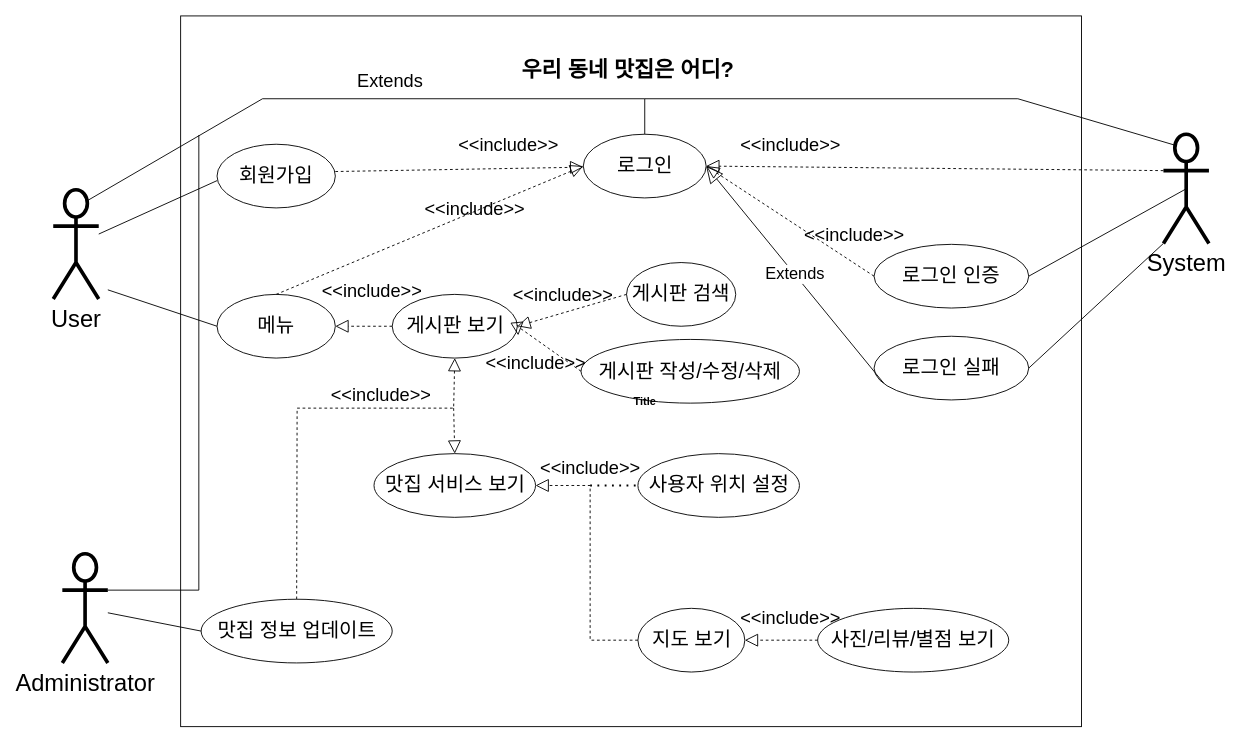
Earlier version of the draw.io diagram Report2/Use case analysis.drawio (yujin1875/SW_project1). Source tidied: cells renumbered, new cells numbered last; positions are measured from the earlier drawing's top-left corner, leaving out a move shared by most shapes. Both pictures are drawn from the tidied source at 91%, with x=0, y=0 at pixel (53, 15).
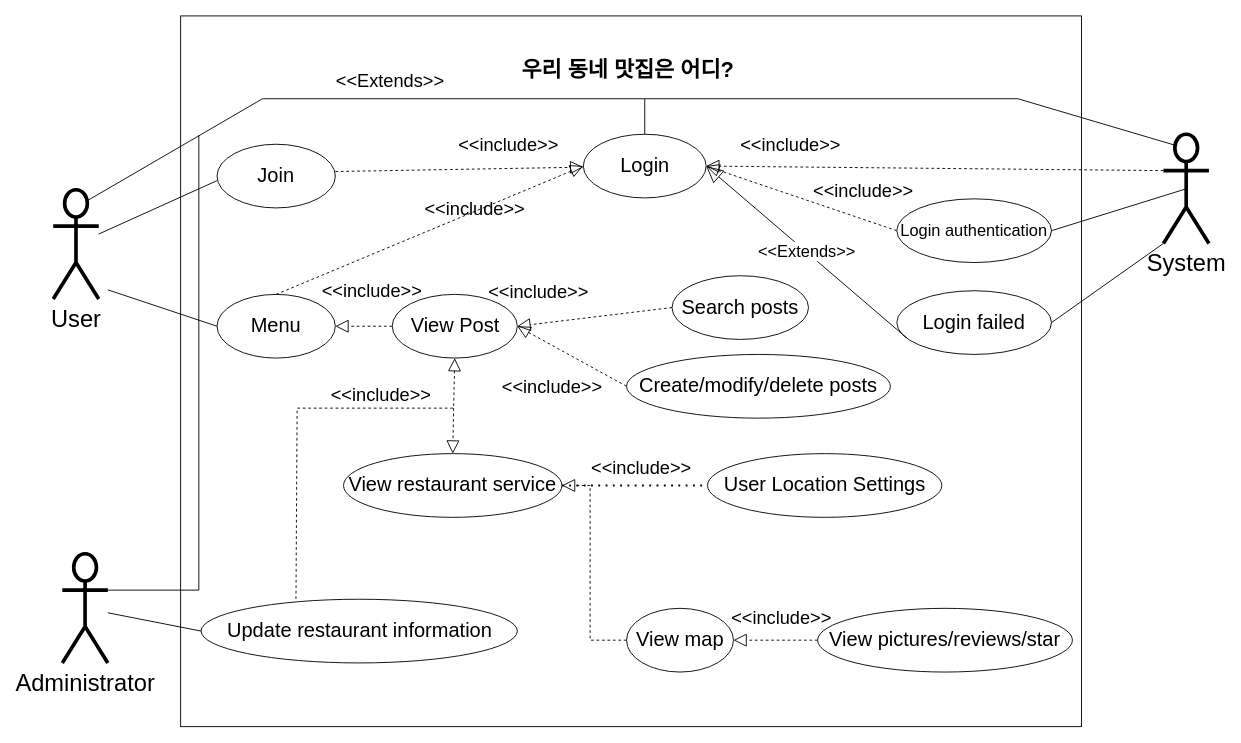
The same page after the edit.

What changed in the source:
```diff
@@
-    <mxCell id="7" value="&lt;font style=&quot;font-size: 22px;&quot;&gt;회원가입&lt;/font&gt;" style="ellipse;whiteSpace=wrap;html=1;" parent="1" vertex="1">
+    <mxCell id="7" value="&lt;font style=&quot;font-size: 22px;&quot;&gt;Join&lt;/font&gt;" style="ellipse;whiteSpace=wrap;html=1;" parent="1" vertex="1">
       <mxGeometry x="180" y="141" width="130" height="70" as="geometry" />
     </mxCell>
-    <mxCell id="8" value="&lt;font style=&quot;font-size: 22px;&quot;&gt;메뉴&lt;/font&gt;" style="ellipse;whiteSpace=wrap;html=1;" parent="1" vertex="1">
+    <mxCell id="8" value="&lt;font style=&quot;font-size: 22px;&quot;&gt;Menu&lt;/font&gt;" style="ellipse;whiteSpace=wrap;html=1;" parent="1" vertex="1">
       <mxGeometry x="180" y="306" width="130" height="70" as="geometry" />
     </mxCell>
-    <mxCell id="9" value="&lt;font style=&quot;font-size: 22px;&quot;&gt;맛집 정보 업데이트&lt;/font&gt;" style="ellipse;whiteSpace=wrap;html=1;" parent="1" vertex="1">
-      <mxGeometry x="162.5" y="641" width="210" height="70" as="geometry" />
+    <mxCell id="9" value="&lt;font style=&quot;font-size: 22px;&quot;&gt;Update restaurant information&lt;/font&gt;" style="ellipse;whiteSpace=wrap;html=1;" parent="1" vertex="1">
+      <mxGeometry x="162.5" y="641" width="347.5" height="70" as="geometry" />
     </mxCell>
-    <mxCell id="10" value="&lt;font style=&quot;font-size: 22px;&quot;&gt;로그인&lt;/font&gt;" style="ellipse;whiteSpace=wrap;html=1;" parent="1" vertex="1">
+    <mxCell id="10" value="&lt;font style=&quot;font-size: 22px;&quot;&gt;Login&lt;/font&gt;" style="ellipse;whiteSpace=wrap;html=1;" parent="1" vertex="1">
       <mxGeometry x="582.5" y="130" width="135" height="70" as="geometry" />
     </mxCell>
-    <mxCell id="11" value="&lt;font style=&quot;font-size: 22px;&quot;&gt;로그인 인증&lt;/font&gt;" style="ellipse;whiteSpace=wrap;html=1;" parent="1" vertex="1">
-      <mxGeometry x="902" y="251" width="170" height="70" as="geometry" />
+    <mxCell id="11" value="&lt;font style=&quot;font-size: 18px;&quot;&gt;Login authentication&lt;/font&gt;" style="ellipse;whiteSpace=wrap;html=1;" parent="1" vertex="1">
+      <mxGeometry x="927" y="201" width="170" height="70" as="geometry" />
     </mxCell>
-    <mxCell id="12" value="&lt;font style=&quot;font-size: 22px;&quot;&gt;로그인 실패&lt;/font&gt;" style="ellipse;whiteSpace=wrap;html=1;" parent="1" vertex="1">
-      <mxGeometry x="902" y="352" width="170" height="70" as="geometry" />
+    <mxCell id="12" value="&lt;font style=&quot;font-size: 22px;&quot;&gt;Login failed&lt;/font&gt;" style="ellipse;whiteSpace=wrap;html=1;" parent="1" vertex="1">
+      <mxGeometry x="927" y="302" width="170" height="70" as="geometry" />
     </mxCell>
-    <mxCell id="13" value="&lt;font style=&quot;font-size: 22px;&quot;&gt;게시판 보기&lt;/font&gt;" style="ellipse;whiteSpace=wrap;html=1;" parent="1" vertex="1">
+    <mxCell id="13" value="&lt;font style=&quot;font-size: 22px;&quot;&gt;View Post&lt;/font&gt;" style="ellipse;whiteSpace=wrap;html=1;" parent="1" vertex="1">
       <mxGeometry x="372.5" y="306" width="137.5" height="70" as="geometry" />
     </mxCell>
-    <mxCell id="14" value="&lt;font style=&quot;font-size: 22px;&quot;&gt;맛집 서비스 보기&lt;/font&gt;" style="ellipse;whiteSpace=wrap;html=1;" parent="1" vertex="1">
-      <mxGeometry x="352.5" y="481" width="177.5" height="70" as="geometry" />
+    <mxCell id="14" value="&lt;font style=&quot;font-size: 22px;&quot;&gt;View restaurant service&lt;/font&gt;" style="ellipse;whiteSpace=wrap;html=1;" parent="1" vertex="1">
+      <mxGeometry x="319" y="481" width="240" height="70" as="geometry" />
     </mxCell>
-    <mxCell id="15" value="&lt;font style=&quot;font-size: 22px;&quot;&gt;게시판 검색&lt;/font&gt;" style="ellipse;whiteSpace=wrap;html=1;" parent="1" vertex="1">
-      <mxGeometry x="630" y="271" width="120" height="70" as="geometry" />
+    <mxCell id="15" value="&lt;font style=&quot;font-size: 22px;&quot;&gt;Search posts&lt;/font&gt;" style="ellipse;whiteSpace=wrap;html=1;" parent="1" vertex="1">
+      <mxGeometry x="680" y="285.5" width="150" height="70" as="geometry" />
     </mxCell>
-    <mxCell id="16" value="&lt;font style=&quot;font-size: 22px;&quot;&gt;게시판 작성/수정/삭제&lt;/font&gt;" style="ellipse;whiteSpace=wrap;html=1;" parent="1" vertex="1">
-      <mxGeometry x="580" y="355.5" width="240" height="70" as="geometry" />
+    <mxCell id="16" value="&lt;font style=&quot;font-size: 22px;&quot;&gt;Create/modify/delete posts&lt;/font&gt;" style="ellipse;whiteSpace=wrap;html=1;" parent="1" vertex="1">
+      <mxGeometry x="630" y="372" width="290" height="70" as="geometry" />
     </mxCell>
-    <mxCell id="17" value="&lt;font style=&quot;font-size: 22px;&quot;&gt;사용자 위치 설정&lt;/font&gt;" style="ellipse;whiteSpace=wrap;html=1;" parent="1" vertex="1">
-      <mxGeometry x="642.5" y="481" width="177.5" height="70" as="geometry" />
+    <mxCell id="17" value="&lt;font style=&quot;font-size: 22px;&quot;&gt;User Location Settings&lt;/font&gt;" style="ellipse;whiteSpace=wrap;html=1;" parent="1" vertex="1">
+      <mxGeometry x="719" y="481" width="257.5" height="70" as="geometry" />
     </mxCell>
-    <mxCell id="18" value="&lt;font style=&quot;font-size: 22px;&quot;&gt;지도 보기&lt;/font&gt;" style="ellipse;whiteSpace=wrap;html=1;" parent="1" vertex="1">
-      <mxGeometry x="642.5" y="651" width="117.5" height="70" as="geometry" />
+    <mxCell id="18" value="&lt;font style=&quot;font-size: 22px;&quot;&gt;View map&lt;/font&gt;" style="ellipse;whiteSpace=wrap;html=1;" parent="1" vertex="1">
+      <mxGeometry x="630" y="651" width="117.5" height="70" as="geometry" />
     </mxCell>
-    <mxCell id="19" value="&lt;font style=&quot;font-size: 22px;&quot;&gt;사진/리뷰/별점 보기&lt;/font&gt;" style="ellipse;whiteSpace=wrap;html=1;" parent="1" vertex="1">
-      <mxGeometry x="840" y="651" width="210" height="70" as="geometry" />
+    <mxCell id="19" value="&lt;font style=&quot;font-size: 22px;&quot;&gt;View pictures/reviews/star&lt;/font&gt;" style="ellipse;whiteSpace=wrap;html=1;" parent="1" vertex="1">
+      <mxGeometry x="840" y="651" width="280" height="70" as="geometry" />
     </mxCell>
@@
-    <mxCell id="25" style="endArrow=block;dashed=1;endFill=0;endSize=12;html=1;rounded=0;entryX=1;entryY=0.5;entryDx=0;entryDy=0;exitX=0;exitY=0.5;exitDx=0;exitDy=0;" parent="1" edge="1" source="15" target="13">
-      <mxGeometry relative="1" as="geometry" />
+    <mxCell id="25" style="endArrow=block;dashed=1;endFill=0;endSize=12;html=1;rounded=0;exitX=0;exitY=0.5;exitDx=0;exitDy=0;" parent="1" edge="1" source="15">
+      <mxGeometry relative="1" as="geometry">
+        <mxPoint x="510" y="341" as="targetPoint" />
+      </mxGeometry>
     </mxCell>
-    <mxCell id="26" style="endArrow=block;dashed=1;endFill=0;endSize=12;html=1;rounded=0;exitX=0;exitY=0.5;exitDx=0;exitDy=0;entryX=1.007;entryY=0.643;entryDx=0;entryDy=0;entryPerimeter=0;" parent="1" edge="1" source="16" target="13">
-      <mxGeometry relative="1" as="geometry">
-        <Array as="points">
-          <mxPoint x="510" y="341" />
-        </Array>
-      </mxGeometry>
+    <mxCell id="26" style="endArrow=block;dashed=1;endFill=0;endSize=12;html=1;rounded=0;exitX=0;exitY=0.5;exitDx=0;exitDy=0;entryX=1;entryY=0.5;entryDx=0;entryDy=0;" parent="1" edge="1" source="16" target="13">
+      <mxGeometry relative="1" as="geometry" />
     </mxCell>
-    <mxCell id="27" style="endArrow=block;dashed=1;endFill=0;endSize=12;html=1;rounded=0;entryX=0.5;entryY=1;entryDx=0;entryDy=0;exitX=0.5;exitY=0;exitDx=0;exitDy=0;" parent="1" edge="1" source="9" target="13">
+    <mxCell id="27" style="endArrow=block;dashed=1;endFill=0;endSize=12;html=1;rounded=0;entryX=0.5;entryY=1;entryDx=0;entryDy=0;exitX=0.3;exitY=-0.004;exitDx=0;exitDy=0;exitPerimeter=0;" parent="1" edge="1" source="9" target="13">
       <mxGeometry relative="1" as="geometry">
         <Array as="points">
           <mxPoint x="268" y="431" />
           <mxPoint x="440" y="431" />
         </Array>
       </mxGeometry>
     </mxCell>
@@
-    <mxCell id="31" style="endArrow=none;dashed=1;html=1;dashPattern=1 3;strokeWidth=2;rounded=0;entryX=0;entryY=0.5;entryDx=0;entryDy=0;" parent="1" edge="1" target="17">
-      <mxGeometry relative="1" as="geometry">
-        <mxPoint x="590" y="516" as="sourcePoint" />
-      </mxGeometry>
+    <mxCell id="31" style="endArrow=none;dashed=1;html=1;dashPattern=1 3;strokeWidth=2;rounded=0;entryX=0;entryY=0.5;entryDx=0;entryDy=0;exitX=1;exitY=0.5;exitDx=0;exitDy=0;" parent="1" edge="1" source="14" target="17">
+      <mxGeometry relative="1" as="geometry" />
     </mxCell>
@@
-    <mxCell id="37" value="Extends" style="endArrow=block;endSize=16;endFill=0;html=1;rounded=0;entryX=1;entryY=0.5;entryDx=0;entryDy=0;exitX=0.063;exitY=0.738;exitDx=0;exitDy=0;exitPerimeter=0;fontSize=18;" parent="1" edge="1" source="12" target="10">
+    <mxCell id="37" value="&amp;lt;&amp;lt;Extends&amp;gt;&amp;gt;" style="endArrow=block;endSize=16;endFill=0;html=1;rounded=0;entryX=1;entryY=0.5;entryDx=0;entryDy=0;exitX=0.063;exitY=0.738;exitDx=0;exitDy=0;exitPerimeter=0;fontSize=18;" parent="1" edge="1" source="12" target="10">
       <mxGeometry relative="1" as="geometry" />
     </mxCell>
-    <mxCell id="38" value="Title" style="text;align=center;fontStyle=1;verticalAlign=middle;spacingLeft=3;spacingRight=3;strokeColor=none;html=1;" parent="1" vertex="1">
-      <mxGeometry x="610" y="411" width="80" height="26" as="geometry" />
-    </mxCell>
@@
     <mxCell id="44" value="&lt;font style=&quot;font-size: 20px;&quot;&gt;&lt;font style=&quot;font-size: 20px;&quot;&gt;&amp;lt;&amp;lt;incl&lt;/font&gt;ude&amp;gt;&amp;gt;&lt;/font&gt;" style="text;align=center;fontStyle=0;verticalAlign=middle;spacingLeft=3;spacingRight=3;strokeColor=none;html=1;fontSize=20;" parent="1" vertex="1">
-      <mxGeometry x="770" y="200" width="220" height="80" as="geometry" />
+      <mxGeometry x="780" y="166" width="220" height="51" as="geometry" />
     </mxCell>
     <mxCell id="45" value="&lt;font style=&quot;font-size: 20px;&quot;&gt;&lt;font style=&quot;font-size: 20px;&quot;&gt;&amp;lt;&amp;lt;incl&lt;/font&gt;ude&amp;gt;&amp;gt;&lt;/font&gt;" style="text;align=center;fontStyle=0;verticalAlign=middle;spacingLeft=3;spacingRight=3;strokeColor=none;html=1;fontSize=20;" parent="1" vertex="1">
-      <mxGeometry x="450" y="266" width="220" height="80" as="geometry" />
+      <mxGeometry x="422.5" y="262" width="220" height="80" as="geometry" />
     </mxCell>
     <mxCell id="46" value="&lt;font style=&quot;font-size: 20px;&quot;&gt;&lt;font style=&quot;font-size: 20px;&quot;&gt;&amp;lt;&amp;lt;incl&lt;/font&gt;ude&amp;gt;&amp;gt;&lt;/font&gt;" style="text;align=center;fontStyle=0;verticalAlign=middle;spacingLeft=3;spacingRight=3;strokeColor=none;html=1;fontSize=20;" parent="1" vertex="1">
-      <mxGeometry x="420" y="341" width="220" height="80" as="geometry" />
+      <mxGeometry x="480" y="367" width="136" height="80" as="geometry" />
     </mxCell>
     <mxCell id="47" value="&lt;font style=&quot;font-size: 20px;&quot;&gt;&lt;font style=&quot;font-size: 20px;&quot;&gt;&amp;lt;&amp;lt;incl&lt;/font&gt;ude&amp;gt;&amp;gt;&lt;/font&gt;" style="text;align=center;fontStyle=0;verticalAlign=middle;spacingLeft=3;spacingRight=3;strokeColor=none;html=1;fontSize=20;" parent="1" vertex="1">
-      <mxGeometry x="480" y="456" width="220" height="80" as="geometry" />
+      <mxGeometry x="536" y="456" width="220" height="80" as="geometry" />
     </mxCell>
     <mxCell id="48" value="&lt;font style=&quot;font-size: 20px;&quot;&gt;&lt;font style=&quot;font-size: 20px;&quot;&gt;&amp;lt;&amp;lt;incl&lt;/font&gt;ude&amp;gt;&amp;gt;&lt;/font&gt;" style="text;align=center;fontStyle=0;verticalAlign=middle;spacingLeft=3;spacingRight=3;strokeColor=none;html=1;fontSize=20;" parent="1" vertex="1">
-      <mxGeometry x="700" y="621" width="220" height="80" as="geometry" />
+      <mxGeometry x="690" y="621" width="220" height="80" as="geometry" />
     </mxCell>
@@
-    <mxCell id="51" value="Extends" style="text;align=center;fontStyle=0;verticalAlign=middle;spacingLeft=3;spacingRight=3;strokeColor=none;html=1;fontSize=20;" parent="1" vertex="1">
+    <mxCell id="51" value="&amp;lt;&amp;lt;Extends&amp;gt;&amp;gt;" style="text;align=center;fontStyle=0;verticalAlign=middle;spacingLeft=3;spacingRight=3;strokeColor=none;html=1;fontSize=20;" parent="1" vertex="1">
       <mxGeometry x="260" y="31" width="220" height="80" as="geometry" />
     </mxCell>
```
